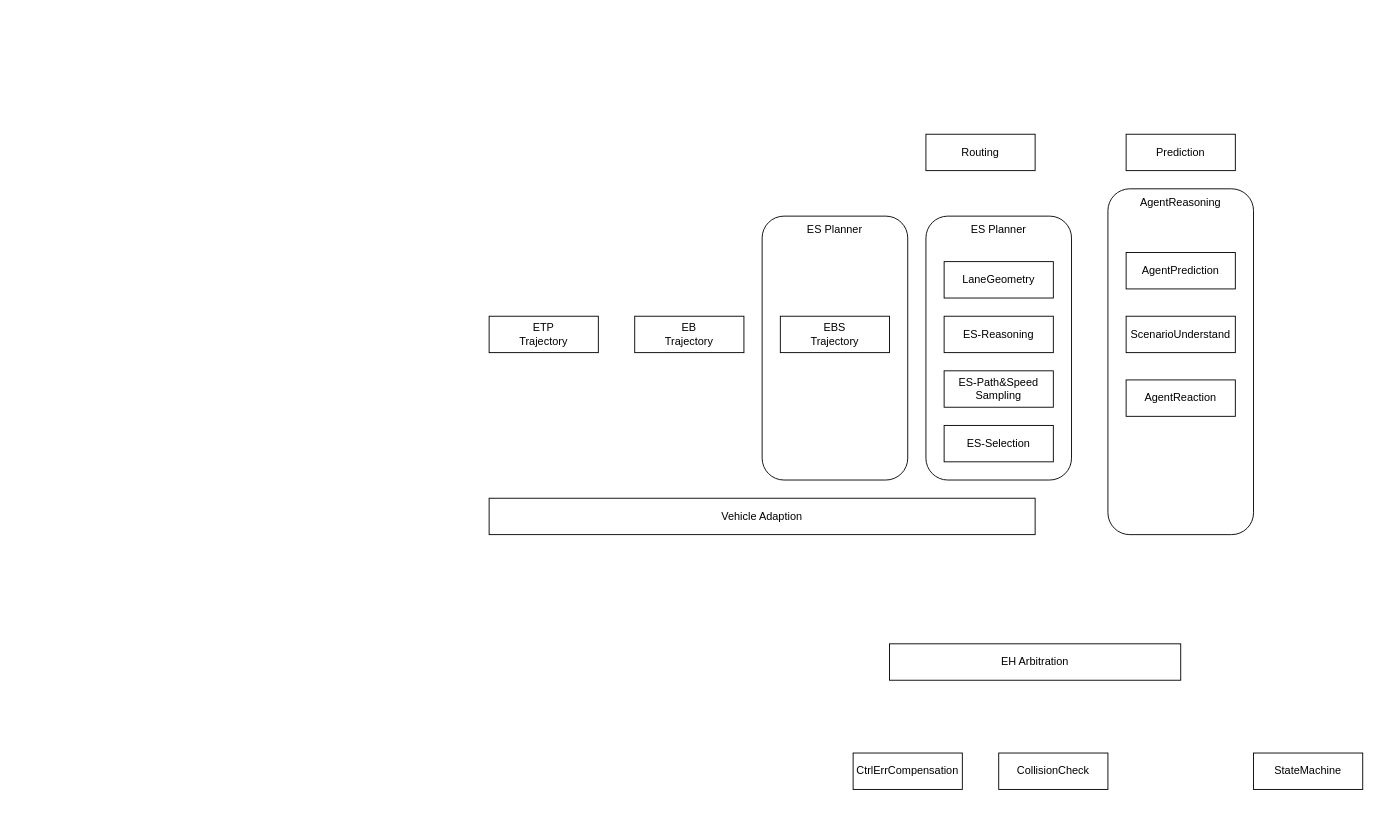
Earlier version of the draw.io diagram EH Submodules.drawio (zhangjoey115/Diagrams). Source tidied: cells renumbered, new cells numbered last; positions are measured from the earlier drawing's top-left corner, leaving out a move shared by most shapes. Both pictures are drawn from the tidied source at 91%, with x=0, y=0 at pixel (489, 134).
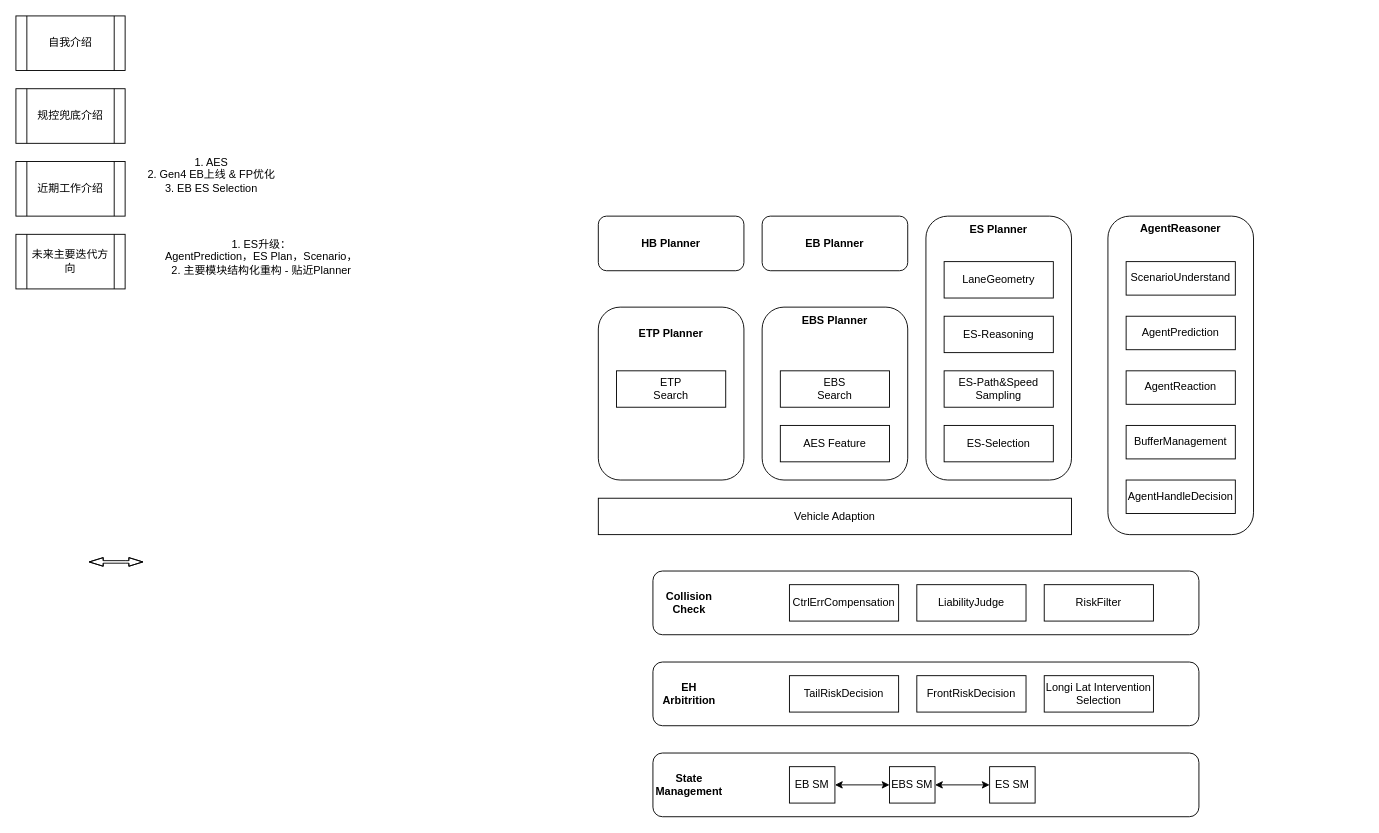
The same page after the edit.

The edit, as a diff of the source:
```diff
@@
+    <mxCell id="25" style="rounded=1;whiteSpace=wrap;html=1;" parent="1" vertex="1">
+      <mxGeometry x="180" y="680" width="600" height="70" as="geometry" />
+    </mxCell>
+    <mxCell id="26" style="rounded=1;whiteSpace=wrap;html=1;" parent="1" vertex="1">
+      <mxGeometry x="180" y="580" width="600" height="70" as="geometry" />
+    </mxCell>
+    <mxCell id="27" style="rounded=1;whiteSpace=wrap;html=1;" parent="1" vertex="1">
+      <mxGeometry x="180" y="480" width="600" height="70" as="geometry" />
+    </mxCell>
+    <mxCell id="28" value="&lt;b&gt;EB Planner&lt;/b&gt;" style="rounded=1;whiteSpace=wrap;html=1;" parent="1" vertex="1">
+      <mxGeometry x="300" y="90" width="160" height="60" as="geometry" />
+    </mxCell>
     <mxCell id="2" style="rounded=1;whiteSpace=wrap;html=1;" parent="1" vertex="1">
-      <mxGeometry x="300" y="90" width="160" height="290" as="geometry" />
+      <mxGeometry x="300" y="190" width="160" height="190" as="geometry" />
     </mxCell>
@@
-    <mxCell id="4" style="rounded=1;whiteSpace=wrap;html=1;" parent="1" vertex="1">
-      <mxGeometry x="680" y="60" width="160" height="380" as="geometry" />
-    </mxCell>
-    <mxCell id="5" value="StateMachine" style="rounded=0;whiteSpace=wrap;html=1;" parent="1" vertex="1">
-      <mxGeometry x="840" y="680" width="120" height="40" as="geometry" />
+    <mxCell id="5" value="EB SM" style="rounded=0;whiteSpace=wrap;html=1;" parent="1" vertex="1">
+      <mxGeometry x="330" y="695" width="50" height="40" as="geometry" />
     </mxCell>
     <mxCell id="6" value="CtrlErrCompensation" style="rounded=0;whiteSpace=wrap;html=1;" parent="1" vertex="1">
-      <mxGeometry x="400" y="680" width="120" height="40" as="geometry" />
+      <mxGeometry x="330" y="495" width="120" height="40" as="geometry" />
     </mxCell>
-    <mxCell id="7" value="CollisionCheck" style="rounded=0;whiteSpace=wrap;html=1;" parent="1" vertex="1">
-      <mxGeometry x="560" y="680" width="120" height="40" as="geometry" />
-    </mxCell>
-    <mxCell id="8" value="AgentReaction" style="rounded=0;whiteSpace=wrap;html=1;" parent="1" vertex="1">
-      <mxGeometry x="700" y="270" width="120" height="40" as="geometry" />
-    </mxCell>
@@
-    <mxCell id="12" value="AgentPrediction" style="rounded=0;whiteSpace=wrap;html=1;" parent="1" vertex="1">
-      <mxGeometry x="700" y="130" width="120" height="40" as="geometry" />
-    </mxCell>
@@
-    <mxCell id="14" value="Routing" style="rounded=0;whiteSpace=wrap;html=1;" parent="1" vertex="1">
-      <mxGeometry x="480" width="120" height="40" as="geometry" />
-    </mxCell>
-    <mxCell id="15" value="Prediction" style="rounded=0;whiteSpace=wrap;html=1;" parent="1" vertex="1">
-      <mxGeometry x="700" width="120" height="40" as="geometry" />
-    </mxCell>
-    <mxCell id="16" value="ScenarioUnderstand" style="rounded=0;whiteSpace=wrap;html=1;" parent="1" vertex="1">
-      <mxGeometry x="700" y="200" width="120" height="40" as="geometry" />
-    </mxCell>
-    <mxCell id="17" value="EB&lt;div&gt;Trajectory&lt;/div&gt;" style="rounded=0;whiteSpace=wrap;html=1;" parent="1" vertex="1">
-      <mxGeometry x="160" y="200" width="120" height="40" as="geometry" />
-    </mxCell>
-    <mxCell id="18" value="EBS&lt;div&gt;Trajectory&lt;/div&gt;" style="rounded=0;whiteSpace=wrap;html=1;" parent="1" vertex="1">
-      <mxGeometry x="320" y="200" width="120" height="40" as="geometry" />
+    <mxCell id="18" value="EBS&lt;div&gt;Search&lt;/div&gt;" style="rounded=0;whiteSpace=wrap;html=1;" parent="1" vertex="1">
+      <mxGeometry x="320" y="260" width="120" height="40" as="geometry" />
     </mxCell>
     <mxCell id="19" value="Vehicle Adaption" style="rounded=0;whiteSpace=wrap;html=1;" parent="1" vertex="1">
-      <mxGeometry y="400" width="600" height="40" as="geometry" />
+      <mxGeometry x="120" y="400" width="520" height="40" as="geometry" />
     </mxCell>
-    <mxCell id="20" value="ETP&lt;div&gt;Trajectory&lt;/div&gt;" style="rounded=0;whiteSpace=wrap;html=1;" parent="1" vertex="1">
-      <mxGeometry y="200" width="120" height="40" as="geometry" />
-    </mxCell>
-    <mxCell id="21" value="EH Arbitration" style="rounded=0;whiteSpace=wrap;html=1;" parent="1" vertex="1">
-      <mxGeometry x="440" y="560" width="320" height="40" as="geometry" />
-    </mxCell>
-    <mxCell id="22" value="AgentReasoning" style="text;html=1;whiteSpace=wrap;strokeColor=none;fillColor=none;align=center;verticalAlign=middle;rounded=0;" parent="1" vertex="1">
-      <mxGeometry x="730" y="60" width="60" height="30" as="geometry" />
-    </mxCell>
-    <mxCell id="23" value="ES Planner" style="text;html=1;whiteSpace=wrap;strokeColor=none;fillColor=none;align=center;verticalAlign=middle;rounded=0;" parent="1" vertex="1">
+    <mxCell id="23" value="&lt;b&gt;ES Planner&lt;/b&gt;" style="text;html=1;whiteSpace=wrap;strokeColor=none;fillColor=none;align=center;verticalAlign=middle;rounded=0;" parent="1" vertex="1">
       <mxGeometry x="520" y="90" width="80" height="30" as="geometry" />
     </mxCell>
-    <mxCell id="24" value="ES Planner" style="text;html=1;whiteSpace=wrap;strokeColor=none;fillColor=none;align=center;verticalAlign=middle;rounded=0;" parent="1" vertex="1">
-      <mxGeometry x="340" y="90" width="80" height="30" as="geometry" />
+    <mxCell id="24" value="&lt;b&gt;EBS Planner&lt;/b&gt;" style="text;html=1;whiteSpace=wrap;strokeColor=none;fillColor=none;align=center;verticalAlign=middle;rounded=0;" parent="1" vertex="1">
+      <mxGeometry x="340" y="190" width="80" height="30" as="geometry" />
     </mxCell>
+    <mxCell id="29" value="AES Feature" style="rounded=0;whiteSpace=wrap;html=1;" parent="1" vertex="1">
+      <mxGeometry x="320" y="320" width="120" height="40" as="geometry" />
+    </mxCell>
+    <mxCell id="30" value="&lt;b&gt;EH Arbitrition&lt;/b&gt;" style="text;html=1;whiteSpace=wrap;strokeColor=none;fillColor=none;align=center;verticalAlign=middle;rounded=0;" parent="1" vertex="1">
+      <mxGeometry x="190" y="600" width="60" height="30" as="geometry" />
+    </mxCell>
+    <mxCell id="31" value="Longi Lat Intervention Selection" style="rounded=0;whiteSpace=wrap;html=1;" parent="1" vertex="1">
+      <mxGeometry x="610" y="595" width="120" height="40" as="geometry" />
+    </mxCell>
+    <mxCell id="32" value="规控兜底介绍" style="shape=process;whiteSpace=wrap;html=1;backgroundOutline=1;" parent="1" vertex="1">
+      <mxGeometry x="-520" y="-50" width="120" height="60" as="geometry" />
+    </mxCell>
+    <mxCell id="33" value="近期工作介绍" style="shape=process;whiteSpace=wrap;html=1;backgroundOutline=1;" parent="1" vertex="1">
+      <mxGeometry x="-520" y="30" width="120" height="60" as="geometry" />
+    </mxCell>
+    <mxCell id="34" value="未来主要迭代方向" style="shape=process;whiteSpace=wrap;html=1;backgroundOutline=1;" parent="1" vertex="1">
+      <mxGeometry x="-520" y="110" width="120" height="60" as="geometry" />
+    </mxCell>
+    <mxCell id="35" value="1. AES&lt;div&gt;2. Gen4 EB上线 &amp;amp; FP优化&lt;/div&gt;&lt;div&gt;3. EB ES Selection&lt;/div&gt;" style="text;html=1;whiteSpace=wrap;strokeColor=none;fillColor=none;align=center;verticalAlign=middle;rounded=0;" parent="1" vertex="1">
+      <mxGeometry x="-400" y="30" width="190" height="30" as="geometry" />
+    </mxCell>
+    <mxCell id="36" value="1. ES升级：&lt;div&gt;AgentPrediction，ES Plan，Scenario，&lt;/div&gt;&lt;div&gt;2. 主要模块结构化重构 - 贴近Planner&lt;/div&gt;" style="text;html=1;whiteSpace=wrap;strokeColor=none;fillColor=none;align=center;verticalAlign=middle;rounded=0;" parent="1" vertex="1">
+      <mxGeometry x="-390" y="120" width="280" height="30" as="geometry" />
+    </mxCell>
+    <mxCell id="37" value="自我介绍" style="shape=process;whiteSpace=wrap;html=1;backgroundOutline=1;" parent="1" vertex="1">
+      <mxGeometry x="-520" y="-130" width="120" height="60" as="geometry" />
+    </mxCell>
+    <mxCell id="38" style="group;" parent="1" vertex="1">
+      <mxGeometry x="680" y="90" width="160" height="350" as="geometry" />
+    </mxCell>
+    <mxCell id="4" style="rounded=1;whiteSpace=wrap;html=1;" parent="38" vertex="1">
+      <mxGeometry width="160" height="350" as="geometry" />
+    </mxCell>
+    <mxCell id="8" value="AgentReaction" style="rounded=0;whiteSpace=wrap;html=1;" parent="38" vertex="1">
+      <mxGeometry x="20" y="170" width="120" height="36.8" as="geometry" />
+    </mxCell>
+    <mxCell id="12" value="AgentPrediction" style="rounded=0;whiteSpace=wrap;html=1;" parent="38" vertex="1">
+      <mxGeometry x="20" y="110" width="120" height="36.8" as="geometry" />
+    </mxCell>
+    <mxCell id="16" value="ScenarioUnderstand" style="rounded=0;whiteSpace=wrap;html=1;" parent="38" vertex="1">
+      <mxGeometry x="20" y="50" width="120" height="36.8" as="geometry" />
+    </mxCell>
+    <mxCell id="22" value="&lt;b&gt;AgentReasoner&lt;/b&gt;" style="text;html=1;whiteSpace=wrap;strokeColor=none;fillColor=none;align=center;verticalAlign=middle;rounded=0;" parent="38" vertex="1">
+      <mxGeometry x="50" width="60" height="27.6" as="geometry" />
+    </mxCell>
+    <mxCell id="39" value="BufferManagement" style="rounded=0;whiteSpace=wrap;html=1;" parent="38" vertex="1">
+      <mxGeometry x="20" y="230" width="120" height="36.8" as="geometry" />
+    </mxCell>
+    <mxCell id="40" value="AgentHandleDecision" style="rounded=0;whiteSpace=wrap;html=1;" parent="38" vertex="1">
+      <mxGeometry x="20" y="290" width="120" height="36.8" as="geometry" />
+    </mxCell>
+    <mxCell id="41" style="group;" parent="1" vertex="1">
+      <mxGeometry x="120" y="190" width="160" height="190" as="geometry" />
+    </mxCell>
+    <mxCell id="42" style="rounded=1;whiteSpace=wrap;html=1;" parent="41" vertex="1">
+      <mxGeometry width="160" height="190" as="geometry" />
+    </mxCell>
+    <mxCell id="20" value="ETP&lt;div&gt;Search&lt;/div&gt;" style="rounded=0;whiteSpace=wrap;html=1;" parent="41" vertex="1">
+      <mxGeometry x="20" y="70" width="120" height="40" as="geometry" />
+    </mxCell>
+    <mxCell id="43" value="&lt;b&gt;ETP Planner&lt;/b&gt;" style="text;html=1;whiteSpace=wrap;strokeColor=none;fillColor=none;align=center;verticalAlign=middle;rounded=0;" parent="41" vertex="1">
+      <mxGeometry x="40" width="80" height="57" as="geometry" />
+    </mxCell>
+    <mxCell id="44" value="&lt;b&gt;Collision&lt;/b&gt;&lt;div&gt;&lt;b&gt;Check&lt;/b&gt;&lt;/div&gt;" style="text;html=1;whiteSpace=wrap;strokeColor=none;fillColor=none;align=center;verticalAlign=middle;rounded=0;" parent="1" vertex="1">
+      <mxGeometry x="190" y="500" width="60" height="30" as="geometry" />
+    </mxCell>
+    <mxCell id="45" value="LiabilityJudge" style="rounded=0;whiteSpace=wrap;html=1;" parent="1" vertex="1">
+      <mxGeometry x="470" y="495" width="120" height="40" as="geometry" />
+    </mxCell>
+    <mxCell id="46" value="RiskFilter" style="rounded=0;whiteSpace=wrap;html=1;" parent="1" vertex="1">
+      <mxGeometry x="610" y="495" width="120" height="40" as="geometry" />
+    </mxCell>
+    <mxCell id="47" value="&lt;b&gt;State&lt;/b&gt;&lt;div&gt;&lt;b&gt;Management&lt;/b&gt;&lt;/div&gt;" style="text;html=1;whiteSpace=wrap;strokeColor=none;fillColor=none;align=center;verticalAlign=middle;rounded=0;" parent="1" vertex="1">
+      <mxGeometry x="190" y="700" width="60" height="30" as="geometry" />
+    </mxCell>
+    <mxCell id="48" value="EBS SM" style="rounded=0;whiteSpace=wrap;html=1;" parent="1" vertex="1">
+      <mxGeometry x="440" y="695" width="50" height="40" as="geometry" />
+    </mxCell>
+    <mxCell id="49" value="ES SM" style="rounded=0;whiteSpace=wrap;html=1;" parent="1" vertex="1">
+      <mxGeometry x="550" y="695" width="50" height="40" as="geometry" />
+    </mxCell>
+    <mxCell id="50" style="shape=flexArrow;endArrow=classic;startArrow=classic;html=1;rounded=0;width=2.8;endSize=4.8;endWidth=5.68;startWidth=5.68;startSize=4.8;" parent="1" edge="1">
+      <mxGeometry relative="1" as="geometry">
+        <mxPoint x="-440" y="470" as="sourcePoint" />
+        <mxPoint x="-380" y="470" as="targetPoint" />
+        <Array as="points">
+          <mxPoint x="-400" y="470" />
+        </Array>
+      </mxGeometry>
+    </mxCell>
+    <mxCell id="51" value="&lt;b&gt;HB Planner&lt;/b&gt;" style="rounded=1;whiteSpace=wrap;html=1;" parent="1" vertex="1">
+      <mxGeometry x="120" y="90" width="160" height="60" as="geometry" />
+    </mxCell>
+    <mxCell id="52" value="TailRiskDecision" style="rounded=0;whiteSpace=wrap;html=1;" parent="1" vertex="1">
+      <mxGeometry x="330" y="595" width="120" height="40" as="geometry" />
+    </mxCell>
+    <mxCell id="53" value="FrontRiskDecision" style="rounded=0;whiteSpace=wrap;html=1;" parent="1" vertex="1">
+      <mxGeometry x="470" y="595" width="120" height="40" as="geometry" />
+    </mxCell>
+    <mxCell id="54" style="endArrow=classic;startArrow=classic;html=1;rounded=0;exitX=1;exitY=0.5;exitDx=0;exitDy=0;entryX=0;entryY=0.5;entryDx=0;entryDy=0;" parent="1" edge="1" source="5" target="48">
+      <mxGeometry relative="1" as="geometry" />
+    </mxCell>
+    <mxCell id="55" style="endArrow=classic;startArrow=classic;html=1;rounded=0;exitX=1;exitY=0.5;exitDx=0;exitDy=0;entryX=0;entryY=0.5;entryDx=0;entryDy=0;" parent="1" edge="1" source="48" target="49">
+      <mxGeometry relative="1" as="geometry" />
+    </mxCell>
```
